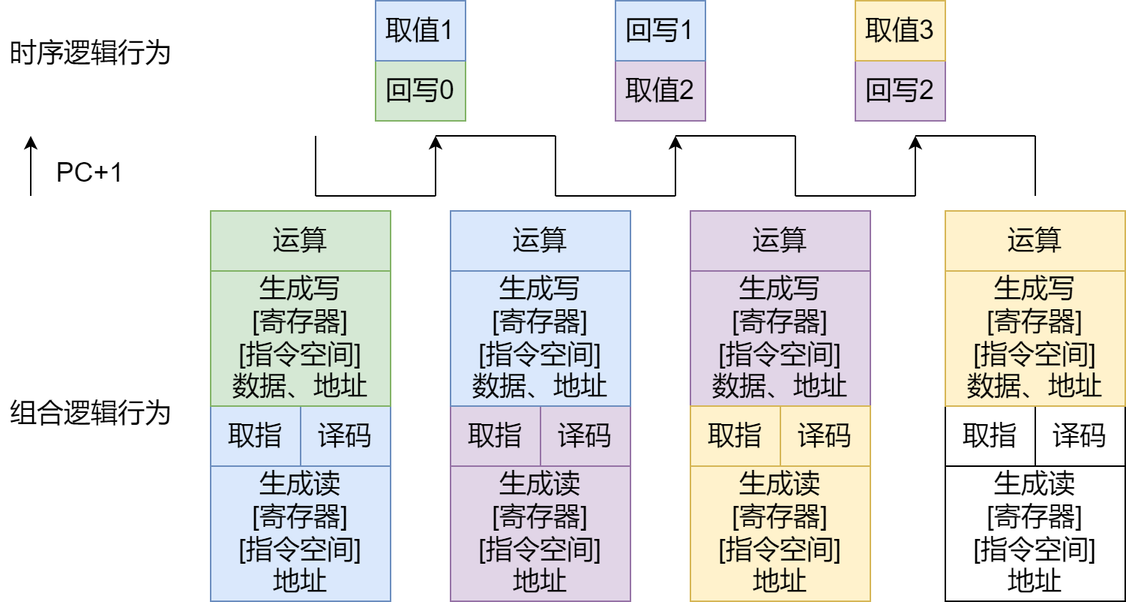
xiaowuzxc/Yduck-processor keeps this draw.io diagram as pic/png/流水线方案.png. Above is the earlier version. Source tidied: cells renumbered, new cells last; positions are measured from the earlier drawing's top-left corner, leaving out a move shared by most shapes. The source it was exported from:
```xml
<mxGraphModel>
  <root>
    <mxCell id="0" />
    <mxCell id="1" parent="0" />
    <mxCell id="2" style="endArrow=none;html=1;rounded=0;fontSize=18;" parent="1" edge="1">
      <mxGeometry relative="1" as="geometry">
        <mxPoint x="210" y="130" as="sourcePoint" />
        <mxPoint x="290" y="130" as="targetPoint" />
      </mxGeometry>
    </mxCell>
    <mxCell id="3" style="endArrow=none;html=1;rounded=0;fontSize=18;" parent="1" edge="1">
      <mxGeometry relative="1" as="geometry">
        <mxPoint x="370" y="90" as="sourcePoint" />
        <mxPoint x="370" y="130" as="targetPoint" />
      </mxGeometry>
    </mxCell>
    <mxCell id="4" style="endArrow=none;html=1;rounded=0;fontSize=18;" parent="1" edge="1">
      <mxGeometry relative="1" as="geometry">
        <mxPoint x="290" y="90" as="sourcePoint" />
        <mxPoint x="370" y="90" as="targetPoint" />
      </mxGeometry>
    </mxCell>
    <mxCell id="5" style="endArrow=classic;html=1;rounded=0;fontSize=18;startArrow=none;startFill=0;endFill=1;" parent="1" edge="1">
      <mxGeometry relative="1" as="geometry">
        <mxPoint x="290" y="130" as="sourcePoint" />
        <mxPoint x="290" y="90" as="targetPoint" />
      </mxGeometry>
    </mxCell>
    <mxCell id="6" style="endArrow=none;html=1;rounded=0;fontSize=18;" parent="1" edge="1">
      <mxGeometry relative="1" as="geometry">
        <mxPoint x="370" y="130" as="sourcePoint" />
        <mxPoint x="450" y="130" as="targetPoint" />
      </mxGeometry>
    </mxCell>
    <mxCell id="7" style="endArrow=none;html=1;rounded=0;fontSize=18;" parent="1" edge="1">
      <mxGeometry relative="1" as="geometry">
        <mxPoint x="450" y="90" as="sourcePoint" />
        <mxPoint x="530" y="90" as="targetPoint" />
      </mxGeometry>
    </mxCell>
    <mxCell id="8" style="endArrow=classic;html=1;rounded=0;fontSize=18;endFill=1;" parent="1" edge="1">
      <mxGeometry relative="1" as="geometry">
        <mxPoint x="450" y="130" as="sourcePoint" />
        <mxPoint x="450" y="90" as="targetPoint" />
      </mxGeometry>
    </mxCell>
    <mxCell id="9" style="endArrow=none;html=1;rounded=0;fontSize=18;" parent="1" edge="1">
      <mxGeometry relative="1" as="geometry">
        <mxPoint x="530" y="90" as="sourcePoint" />
        <mxPoint x="530" y="130" as="targetPoint" />
      </mxGeometry>
    </mxCell>
    <mxCell id="10" style="endArrow=none;html=1;rounded=0;fontSize=18;" parent="1" edge="1">
      <mxGeometry relative="1" as="geometry">
        <mxPoint x="530" y="130" as="sourcePoint" />
        <mxPoint x="610" y="130" as="targetPoint" />
      </mxGeometry>
    </mxCell>
    <mxCell id="11" style="endArrow=none;html=1;rounded=0;fontSize=18;" parent="1" edge="1">
      <mxGeometry relative="1" as="geometry">
        <mxPoint x="690" y="90" as="sourcePoint" />
        <mxPoint x="690" y="130" as="targetPoint" />
      </mxGeometry>
    </mxCell>
    <mxCell id="12" style="endArrow=none;html=1;rounded=0;fontSize=18;" parent="1" edge="1">
      <mxGeometry relative="1" as="geometry">
        <mxPoint x="610" y="90" as="sourcePoint" />
        <mxPoint x="690" y="90" as="targetPoint" />
      </mxGeometry>
    </mxCell>
    <mxCell id="13" style="endArrow=classic;html=1;rounded=0;fontSize=18;endFill=1;" parent="1" edge="1">
      <mxGeometry relative="1" as="geometry">
        <mxPoint x="610" y="130" as="sourcePoint" />
        <mxPoint x="610" y="90" as="targetPoint" />
      </mxGeometry>
    </mxCell>
    <mxCell id="14" style="endArrow=none;html=1;rounded=0;fontSize=18;" parent="1" edge="1">
      <mxGeometry relative="1" as="geometry">
        <mxPoint x="210" y="90" as="sourcePoint" />
        <mxPoint x="210" y="130" as="targetPoint" />
      </mxGeometry>
    </mxCell>
    <mxCell id="15" value="时序逻辑行为" style="text;html=1;align=center;verticalAlign=middle;strokeColor=none;fillColor=none;fontSize=18;" parent="1" vertex="1">
      <mxGeometry y="20" width="120" height="30" as="geometry" />
    </mxCell>
    <mxCell id="16" value="组合逻辑行为" style="text;html=1;align=center;verticalAlign=middle;strokeColor=none;fillColor=none;fontSize=18;" parent="1" vertex="1">
      <mxGeometry y="260" width="120" height="30" as="geometry" />
    </mxCell>
    <mxCell id="17" value="译码" style="rounded=0;whiteSpace=wrap;html=1;fontSize=18;fillColor=#e1d5e7;strokeColor=#9673a6;" parent="1" vertex="1">
      <mxGeometry x="360" y="270" width="60" height="40" as="geometry" />
    </mxCell>
    <mxCell id="18" value="生成读&lt;br&gt;[寄存器]&lt;br&gt;[指令空间]&lt;br&gt;地址" style="rounded=0;whiteSpace=wrap;html=1;fontSize=18;fillColor=#e1d5e7;strokeColor=#9673a6;" parent="1" vertex="1">
      <mxGeometry x="300" y="310" width="120" height="90" as="geometry" />
    </mxCell>
    <mxCell id="19" style="endArrow=classic;html=1;rounded=0;fontSize=18;startArrow=none;startFill=0;endFill=1;" parent="1" edge="1">
      <mxGeometry relative="1" as="geometry">
        <mxPoint x="20" y="130" as="sourcePoint" />
        <mxPoint x="20" y="90" as="targetPoint" />
      </mxGeometry>
    </mxCell>
    <mxCell id="20" value="取值2" style="rounded=0;whiteSpace=wrap;html=1;fontSize=18;fillColor=#e1d5e7;strokeColor=#9673a6;" parent="1" vertex="1">
      <mxGeometry x="410" y="40" width="60" height="40" as="geometry" />
    </mxCell>
    <mxCell id="21" value="运算" style="rounded=0;whiteSpace=wrap;html=1;fontSize=18;fillColor=#e1d5e7;strokeColor=#9673a6;" parent="1" vertex="1">
      <mxGeometry x="460" y="140" width="120" height="40" as="geometry" />
    </mxCell>
    <mxCell id="22" value="生成写&lt;br&gt;[寄存器]&lt;br&gt;[指令空间]&lt;br&gt;数据、地址" style="rounded=0;whiteSpace=wrap;html=1;fontSize=18;fillColor=#e1d5e7;strokeColor=#9673a6;" parent="1" vertex="1">
      <mxGeometry x="460" y="180" width="120" height="90" as="geometry" />
    </mxCell>
    <mxCell id="23" value="回写2" style="rounded=0;whiteSpace=wrap;html=1;fontSize=18;fillColor=#e1d5e7;strokeColor=#9673a6;" parent="1" vertex="1">
      <mxGeometry x="570" y="40" width="60" height="40" as="geometry" />
    </mxCell>
    <mxCell id="24" value="取值3" style="rounded=0;whiteSpace=wrap;html=1;fontSize=18;fillColor=#fff2cc;strokeColor=#d6b656;" parent="1" vertex="1">
      <mxGeometry x="570" width="60" height="40" as="geometry" />
    </mxCell>
    <mxCell id="25" value="回写1" style="rounded=0;whiteSpace=wrap;html=1;fontSize=18;fillColor=#dae8fc;strokeColor=#6c8ebf;" parent="1" vertex="1">
      <mxGeometry x="410" width="60" height="40" as="geometry" />
    </mxCell>
    <mxCell id="26" value="取指" style="rounded=0;whiteSpace=wrap;html=1;fontSize=18;fillColor=#e1d5e7;strokeColor=#9673a6;" parent="1" vertex="1">
      <mxGeometry x="300" y="270" width="60" height="40" as="geometry" />
    </mxCell>
    <mxCell id="27" value="回写0" style="rounded=0;whiteSpace=wrap;html=1;fontSize=18;fillColor=#d5e8d4;strokeColor=#82b366;" parent="1" vertex="1">
      <mxGeometry x="250" y="40" width="60" height="40" as="geometry" />
    </mxCell>
    <mxCell id="28" value="取值1" style="rounded=0;whiteSpace=wrap;html=1;fontSize=18;fillColor=#dae8fc;strokeColor=#6c8ebf;" parent="1" vertex="1">
      <mxGeometry x="250" width="60" height="40" as="geometry" />
    </mxCell>
    <mxCell id="29" value="运算" style="rounded=0;whiteSpace=wrap;html=1;fontSize=18;fillColor=#dae8fc;strokeColor=#6c8ebf;" parent="1" vertex="1">
      <mxGeometry x="300" y="140" width="120" height="40" as="geometry" />
    </mxCell>
    <mxCell id="30" value="生成写&lt;br&gt;[寄存器]&lt;br&gt;[指令空间]&lt;br&gt;数据、地址" style="rounded=0;whiteSpace=wrap;html=1;fontSize=18;fillColor=#dae8fc;strokeColor=#6c8ebf;" parent="1" vertex="1">
      <mxGeometry x="300" y="180" width="120" height="90" as="geometry" />
    </mxCell>
    <mxCell id="31" value="译码" style="rounded=0;whiteSpace=wrap;html=1;fontSize=18;fillColor=#fff2cc;strokeColor=#d6b656;" parent="1" vertex="1">
      <mxGeometry x="520" y="270" width="60" height="40" as="geometry" />
    </mxCell>
    <mxCell id="32" value="生成读&lt;br&gt;[寄存器]&lt;br&gt;[指令空间]&lt;br&gt;地址" style="rounded=0;whiteSpace=wrap;html=1;fontSize=18;fillColor=#fff2cc;strokeColor=#d6b656;" parent="1" vertex="1">
      <mxGeometry x="460" y="310" width="120" height="90" as="geometry" />
    </mxCell>
    <mxCell id="33" value="取指" style="rounded=0;whiteSpace=wrap;html=1;fontSize=18;fillColor=#fff2cc;strokeColor=#d6b656;" parent="1" vertex="1">
      <mxGeometry x="460" y="270" width="60" height="40" as="geometry" />
    </mxCell>
    <mxCell id="34" value="译码" style="rounded=0;whiteSpace=wrap;html=1;fontSize=18;fillColor=#dae8fc;strokeColor=#6c8ebf;" parent="1" vertex="1">
      <mxGeometry x="200" y="270" width="60" height="40" as="geometry" />
    </mxCell>
    <mxCell id="35" value="生成读&lt;br&gt;[寄存器]&lt;br&gt;[指令空间]&lt;br&gt;地址" style="rounded=0;whiteSpace=wrap;html=1;fontSize=18;fillColor=#dae8fc;strokeColor=#6c8ebf;" parent="1" vertex="1">
      <mxGeometry x="140" y="310" width="120" height="90" as="geometry" />
    </mxCell>
    <mxCell id="36" value="取指" style="rounded=0;whiteSpace=wrap;html=1;fontSize=18;fillColor=#dae8fc;strokeColor=#6c8ebf;" parent="1" vertex="1">
      <mxGeometry x="140" y="270" width="60" height="40" as="geometry" />
    </mxCell>
    <mxCell id="37" value="运算" style="rounded=0;whiteSpace=wrap;html=1;fontSize=18;fillColor=#d5e8d4;strokeColor=#82b366;" parent="1" vertex="1">
      <mxGeometry x="140" y="140" width="120" height="40" as="geometry" />
    </mxCell>
    <mxCell id="38" value="生成写&lt;br&gt;[寄存器]&lt;br&gt;[指令空间]&lt;br&gt;数据、地址" style="rounded=0;whiteSpace=wrap;html=1;fontSize=18;fillColor=#d5e8d4;strokeColor=#82b366;" parent="1" vertex="1">
      <mxGeometry x="140" y="180" width="120" height="90" as="geometry" />
    </mxCell>
    <mxCell id="39" value="译码" style="rounded=0;whiteSpace=wrap;html=1;fontSize=18;" parent="1" vertex="1">
      <mxGeometry x="690" y="270" width="60" height="40" as="geometry" />
    </mxCell>
    <mxCell id="40" value="生成读&lt;br&gt;[寄存器]&lt;br&gt;[指令空间]&lt;br&gt;地址" style="rounded=0;whiteSpace=wrap;html=1;fontSize=18;" parent="1" vertex="1">
      <mxGeometry x="630" y="310" width="120" height="90" as="geometry" />
    </mxCell>
    <mxCell id="41" value="取指" style="rounded=0;whiteSpace=wrap;html=1;fontSize=18;" parent="1" vertex="1">
      <mxGeometry x="630" y="270" width="60" height="40" as="geometry" />
    </mxCell>
    <mxCell id="42" value="运算" style="rounded=0;whiteSpace=wrap;html=1;fontSize=18;fillColor=#fff2cc;strokeColor=#d6b656;" parent="1" vertex="1">
      <mxGeometry x="630" y="140" width="120" height="40" as="geometry" />
    </mxCell>
    <mxCell id="43" value="生成写&lt;br&gt;[寄存器]&lt;br&gt;[指令空间]&lt;br&gt;数据、地址" style="rounded=0;whiteSpace=wrap;html=1;fontSize=18;fillColor=#fff2cc;strokeColor=#d6b656;" parent="1" vertex="1">
      <mxGeometry x="630" y="180" width="120" height="90" as="geometry" />
    </mxCell>
    <mxCell id="44" value="PC+1" style="text;html=1;strokeColor=none;fillColor=none;align=center;verticalAlign=middle;whiteSpace=wrap;rounded=0;fontSize=18;" parent="1" vertex="1">
      <mxGeometry x="30" y="100" width="60" height="30" as="geometry" />
    </mxCell>
  </root>
</mxGraphModel>
```
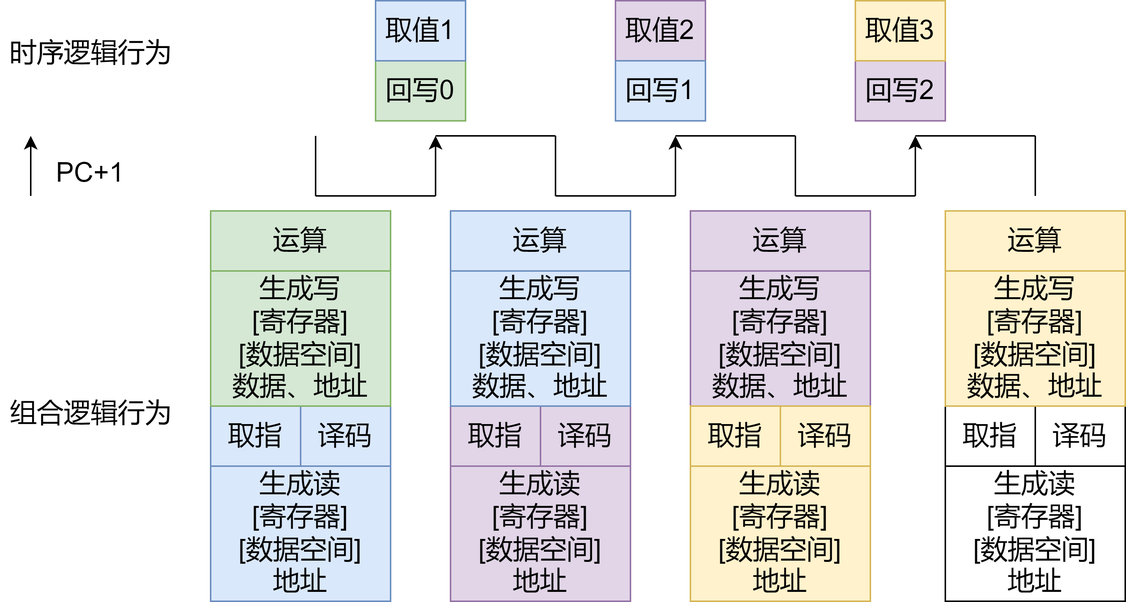
After the change.

Change to the diagram source:
```diff
@@ -89,7 +89,7 @@
     <mxCell id="17" value="译码" style="rounded=0;whiteSpace=wrap;html=1;fontSize=18;fillColor=#e1d5e7;strokeColor=#9673a6;" parent="1" vertex="1">
       <mxGeometry x="360" y="270" width="60" height="40" as="geometry" />
     </mxCell>
-    <mxCell id="18" value="生成读&lt;br&gt;[寄存器]&lt;br&gt;[指令空间]&lt;br&gt;地址" style="rounded=0;whiteSpace=wrap;html=1;fontSize=18;fillColor=#e1d5e7;strokeColor=#9673a6;" parent="1" vertex="1">
+    <mxCell id="18" value="生成读&lt;br&gt;[寄存器]&lt;br&gt;[数据空间]&lt;br&gt;地址" style="rounded=0;whiteSpace=wrap;html=1;fontSize=18;fillColor=#e1d5e7;strokeColor=#9673a6;" parent="1" vertex="1">
       <mxGeometry x="300" y="310" width="120" height="90" as="geometry" />
     </mxCell>
     <mxCell id="19" style="endArrow=classic;html=1;rounded=0;fontSize=18;startArrow=none;startFill=0;endFill=1;" parent="1" edge="1">
@@ -99,12 +99,12 @@
       </mxGeometry>
     </mxCell>
     <mxCell id="20" value="取值2" style="rounded=0;whiteSpace=wrap;html=1;fontSize=18;fillColor=#e1d5e7;strokeColor=#9673a6;" parent="1" vertex="1">
-      <mxGeometry x="410" y="40" width="60" height="40" as="geometry" />
+      <mxGeometry x="410" width="60" height="40" as="geometry" />
     </mxCell>
     <mxCell id="21" value="运算" style="rounded=0;whiteSpace=wrap;html=1;fontSize=18;fillColor=#e1d5e7;strokeColor=#9673a6;" parent="1" vertex="1">
       <mxGeometry x="460" y="140" width="120" height="40" as="geometry" />
     </mxCell>
-    <mxCell id="22" value="生成写&lt;br&gt;[寄存器]&lt;br&gt;[指令空间]&lt;br&gt;数据、地址" style="rounded=0;whiteSpace=wrap;html=1;fontSize=18;fillColor=#e1d5e7;strokeColor=#9673a6;" parent="1" vertex="1">
+    <mxCell id="22" value="生成写&lt;br&gt;[寄存器]&lt;br&gt;[数据空间]&lt;br&gt;数据、地址" style="rounded=0;whiteSpace=wrap;html=1;fontSize=18;fillColor=#e1d5e7;strokeColor=#9673a6;" parent="1" vertex="1">
       <mxGeometry x="460" y="180" width="120" height="90" as="geometry" />
     </mxCell>
     <mxCell id="23" value="回写2" style="rounded=0;whiteSpace=wrap;html=1;fontSize=18;fillColor=#e1d5e7;strokeColor=#9673a6;" parent="1" vertex="1">
@@ -114,7 +114,7 @@
       <mxGeometry x="570" width="60" height="40" as="geometry" />
     </mxCell>
     <mxCell id="25" value="回写1" style="rounded=0;whiteSpace=wrap;html=1;fontSize=18;fillColor=#dae8fc;strokeColor=#6c8ebf;" parent="1" vertex="1">
-      <mxGeometry x="410" width="60" height="40" as="geometry" />
+      <mxGeometry x="410" y="40" width="60" height="40" as="geometry" />
     </mxCell>
     <mxCell id="26" value="取指" style="rounded=0;whiteSpace=wrap;html=1;fontSize=18;fillColor=#e1d5e7;strokeColor=#9673a6;" parent="1" vertex="1">
       <mxGeometry x="300" y="270" width="60" height="40" as="geometry" />
@@ -128,13 +128,13 @@
     <mxCell id="29" value="运算" style="rounded=0;whiteSpace=wrap;html=1;fontSize=18;fillColor=#dae8fc;strokeColor=#6c8ebf;" parent="1" vertex="1">
       <mxGeometry x="300" y="140" width="120" height="40" as="geometry" />
     </mxCell>
-    <mxCell id="30" value="生成写&lt;br&gt;[寄存器]&lt;br&gt;[指令空间]&lt;br&gt;数据、地址" style="rounded=0;whiteSpace=wrap;html=1;fontSize=18;fillColor=#dae8fc;strokeColor=#6c8ebf;" parent="1" vertex="1">
+    <mxCell id="30" value="生成写&lt;br&gt;[寄存器]&lt;br&gt;[数据空间]&lt;br&gt;数据、地址" style="rounded=0;whiteSpace=wrap;html=1;fontSize=18;fillColor=#dae8fc;strokeColor=#6c8ebf;" parent="1" vertex="1">
       <mxGeometry x="300" y="180" width="120" height="90" as="geometry" />
     </mxCell>
     <mxCell id="31" value="译码" style="rounded=0;whiteSpace=wrap;html=1;fontSize=18;fillColor=#fff2cc;strokeColor=#d6b656;" parent="1" vertex="1">
       <mxGeometry x="520" y="270" width="60" height="40" as="geometry" />
     </mxCell>
-    <mxCell id="32" value="生成读&lt;br&gt;[寄存器]&lt;br&gt;[指令空间]&lt;br&gt;地址" style="rounded=0;whiteSpace=wrap;html=1;fontSize=18;fillColor=#fff2cc;strokeColor=#d6b656;" parent="1" vertex="1">
+    <mxCell id="32" value="生成读&lt;br&gt;[寄存器]&lt;br&gt;[数据空间]&lt;br&gt;地址" style="rounded=0;whiteSpace=wrap;html=1;fontSize=18;fillColor=#fff2cc;strokeColor=#d6b656;" parent="1" vertex="1">
       <mxGeometry x="460" y="310" width="120" height="90" as="geometry" />
     </mxCell>
     <mxCell id="33" value="取指" style="rounded=0;whiteSpace=wrap;html=1;fontSize=18;fillColor=#fff2cc;strokeColor=#d6b656;" parent="1" vertex="1">
@@ -143,7 +143,7 @@
     <mxCell id="34" value="译码" style="rounded=0;whiteSpace=wrap;html=1;fontSize=18;fillColor=#dae8fc;strokeColor=#6c8ebf;" parent="1" vertex="1">
       <mxGeometry x="200" y="270" width="60" height="40" as="geometry" />
     </mxCell>
-    <mxCell id="35" value="生成读&lt;br&gt;[寄存器]&lt;br&gt;[指令空间]&lt;br&gt;地址" style="rounded=0;whiteSpace=wrap;html=1;fontSize=18;fillColor=#dae8fc;strokeColor=#6c8ebf;" parent="1" vertex="1">
+    <mxCell id="35" value="生成读&lt;br&gt;[寄存器]&lt;br&gt;[数据空间]&lt;br&gt;地址" style="rounded=0;whiteSpace=wrap;html=1;fontSize=18;fillColor=#dae8fc;strokeColor=#6c8ebf;" parent="1" vertex="1">
       <mxGeometry x="140" y="310" width="120" height="90" as="geometry" />
     </mxCell>
     <mxCell id="36" value="取指" style="rounded=0;whiteSpace=wrap;html=1;fontSize=18;fillColor=#dae8fc;strokeColor=#6c8ebf;" parent="1" vertex="1">
@@ -152,13 +152,13 @@
     <mxCell id="37" value="运算" style="rounded=0;whiteSpace=wrap;html=1;fontSize=18;fillColor=#d5e8d4;strokeColor=#82b366;" parent="1" vertex="1">
       <mxGeometry x="140" y="140" width="120" height="40" as="geometry" />
     </mxCell>
-    <mxCell id="38" value="生成写&lt;br&gt;[寄存器]&lt;br&gt;[指令空间]&lt;br&gt;数据、地址" style="rounded=0;whiteSpace=wrap;html=1;fontSize=18;fillColor=#d5e8d4;strokeColor=#82b366;" parent="1" vertex="1">
+    <mxCell id="38" value="生成写&lt;br&gt;[寄存器]&lt;br&gt;[数据空间]&lt;br&gt;数据、地址" style="rounded=0;whiteSpace=wrap;html=1;fontSize=18;fillColor=#d5e8d4;strokeColor=#82b366;" parent="1" vertex="1">
       <mxGeometry x="140" y="180" width="120" height="90" as="geometry" />
     </mxCell>
     <mxCell id="39" value="译码" style="rounded=0;whiteSpace=wrap;html=1;fontSize=18;" parent="1" vertex="1">
       <mxGeometry x="690" y="270" width="60" height="40" as="geometry" />
     </mxCell>
-    <mxCell id="40" value="生成读&lt;br&gt;[寄存器]&lt;br&gt;[指令空间]&lt;br&gt;地址" style="rounded=0;whiteSpace=wrap;html=1;fontSize=18;" parent="1" vertex="1">
+    <mxCell id="40" value="生成读&lt;br&gt;[寄存器]&lt;br&gt;[数据空间]&lt;br&gt;地址" style="rounded=0;whiteSpace=wrap;html=1;fontSize=18;" parent="1" vertex="1">
       <mxGeometry x="630" y="310" width="120" height="90" as="geometry" />
     </mxCell>
     <mxCell id="41" value="取指" style="rounded=0;whiteSpace=wrap;html=1;fontSize=18;" parent="1" vertex="1">
@@ -167,7 +167,7 @@
     <mxCell id="42" value="运算" style="rounded=0;whiteSpace=wrap;html=1;fontSize=18;fillColor=#fff2cc;strokeColor=#d6b656;" parent="1" vertex="1">
       <mxGeometry x="630" y="140" width="120" height="40" as="geometry" />
     </mxCell>
-    <mxCell id="43" value="生成写&lt;br&gt;[寄存器]&lt;br&gt;[指令空间]&lt;br&gt;数据、地址" style="rounded=0;whiteSpace=wrap;html=1;fontSize=18;fillColor=#fff2cc;strokeColor=#d6b656;" parent="1" vertex="1">
+    <mxCell id="43" value="生成写&lt;br&gt;[寄存器]&lt;br&gt;[数据空间]&lt;br&gt;数据、地址" style="rounded=0;whiteSpace=wrap;html=1;fontSize=18;fillColor=#fff2cc;strokeColor=#d6b656;" parent="1" vertex="1">
       <mxGeometry x="630" y="180" width="120" height="90" as="geometry" />
     </mxCell>
     <mxCell id="44" value="PC+1" style="text;html=1;strokeColor=none;fillColor=none;align=center;verticalAlign=middle;whiteSpace=wrap;rounded=0;fontSize=18;" parent="1" vertex="1">
```
